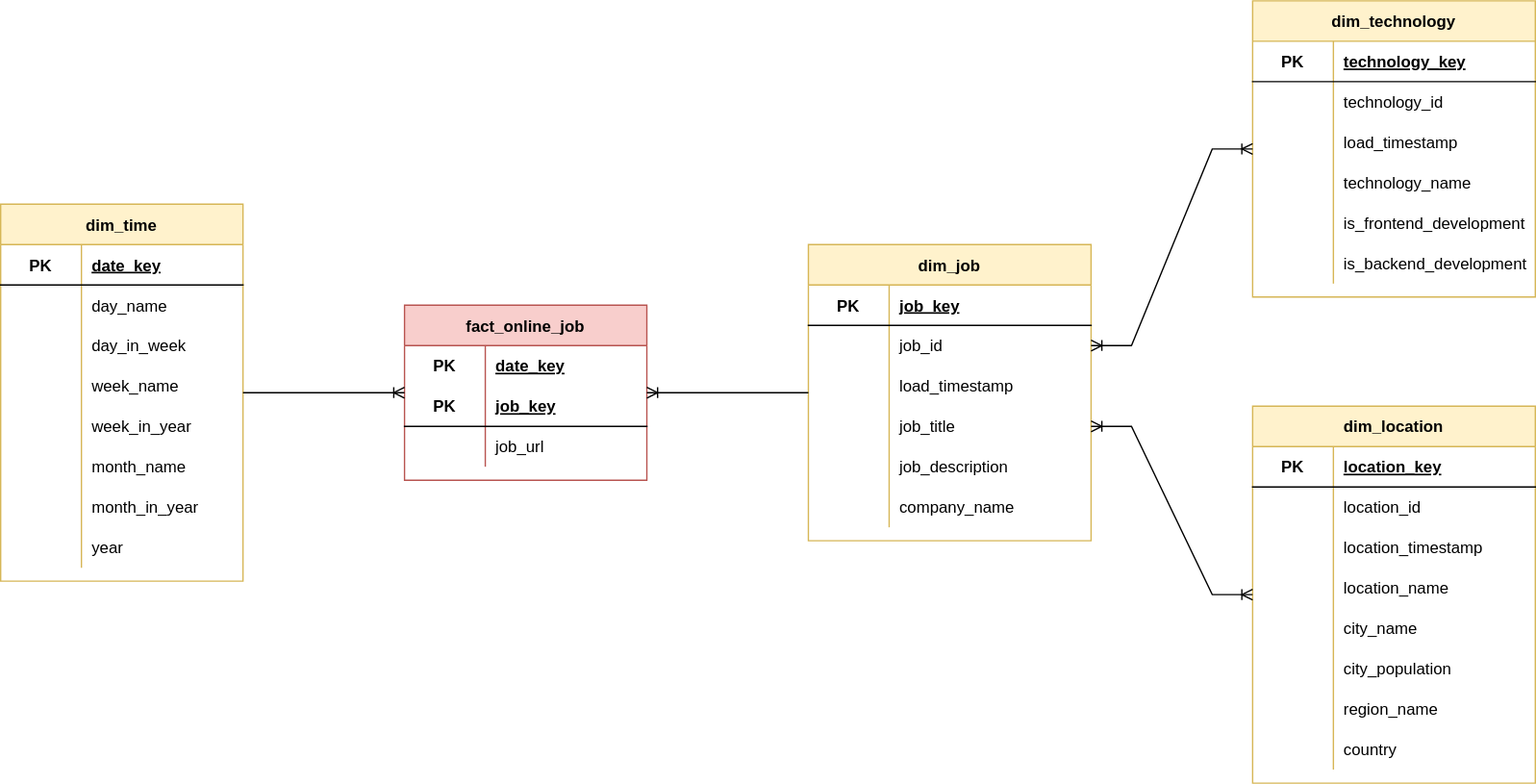
The draw.io diagram doc/mart-model.drawio.svg in petracarrion/job-market-analytics, before a commit. Source tidied: cells renumbered, new cells last; positions are measured from the earlier drawing's top-left corner, leaving out a move shared by most shapes.
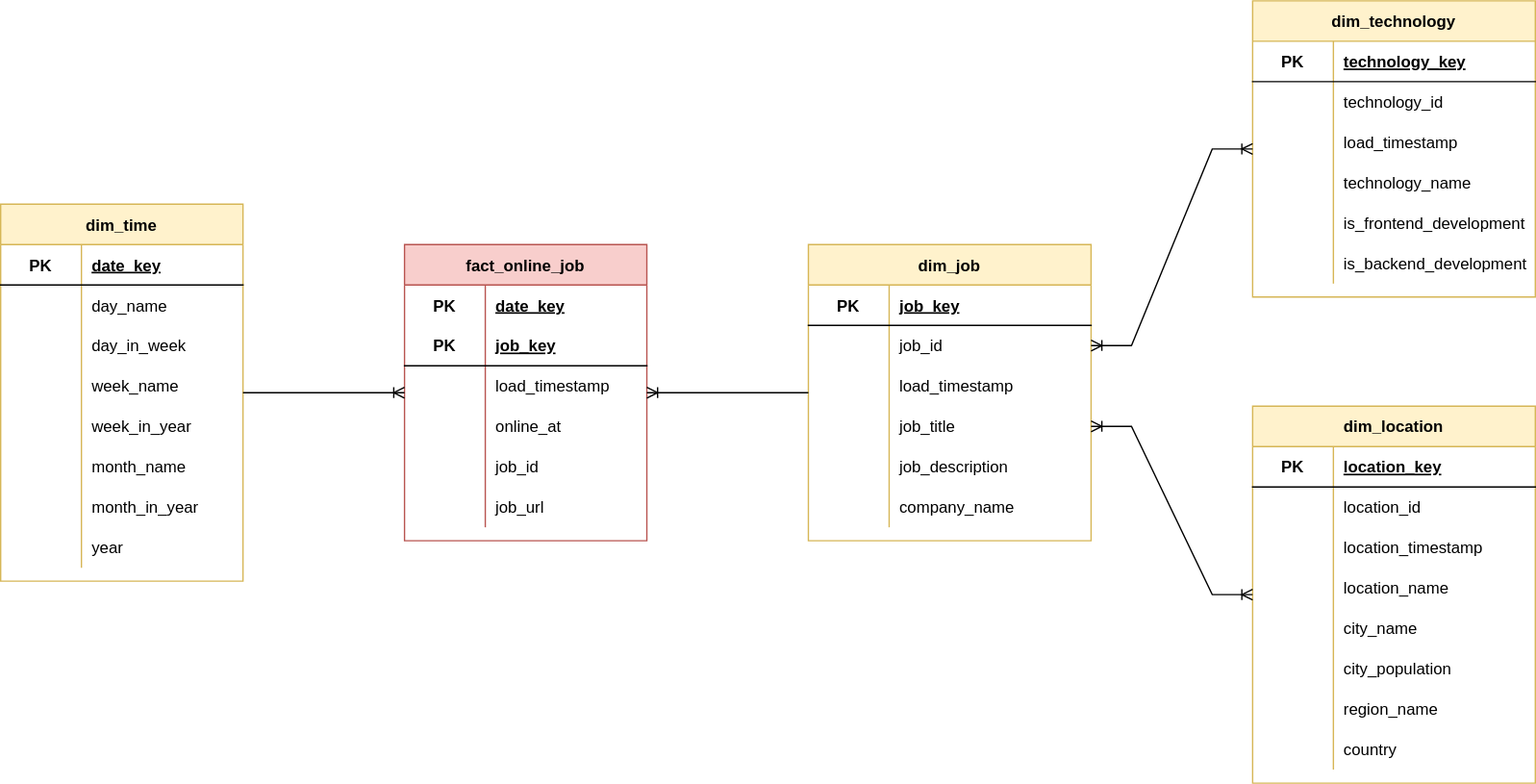
The same file after the commit.

What changed in the source:
```diff
@@ -79,7 +79,7 @@
       <mxGeometry x="60" width="120" height="30" as="geometry" />
     </mxCell>
     <mxCell id="28" value="fact_online_job" style="shape=table;startSize=30;rowLines=0;fontStyle=1;align=center;fillColor=#f8cecc;strokeColor=#b85450;" parent="2" vertex="1">
-      <mxGeometry x="300" y="226" width="180" height="130" as="geometry" />
+      <mxGeometry x="300" y="181" width="180" height="220" as="geometry" />
     </mxCell>
     <mxCell id="29" style="shape=tableRow;horizontal=0;startSize=0;swimlaneHead=0;swimlaneBody=0;fillColor=none;top=0;left=0;right=0;bottom=1;strokeColor=none;" parent="28" vertex="1">
       <mxGeometry y="30" width="180" height="30" as="geometry" />
@@ -105,9 +105,36 @@
     <mxCell id="36" style="shape=partialRectangle;fillColor=none;top=0;left=0;bottom=0;right=0;overflow=hidden;" parent="35" vertex="1">
       <mxGeometry width="60" height="30" as="geometry" />
     </mxCell>
-    <mxCell id="37" value="job_url" style="shape=partialRectangle;fillColor=none;top=0;left=0;bottom=0;right=0;align=left;spacingLeft=6;overflow=hidden;" parent="35" vertex="1">
+    <mxCell id="37" value="load_timestamp" style="shape=partialRectangle;fillColor=none;top=0;left=0;bottom=0;right=0;align=left;spacingLeft=6;overflow=hidden;" parent="35" vertex="1">
       <mxGeometry x="60" width="120" height="30" as="geometry" />
     </mxCell>
+    <mxCell id="105" style="shape=tableRow;horizontal=0;startSize=0;swimlaneHead=0;swimlaneBody=0;fillColor=none;top=0;left=0;right=0;bottom=0;" parent="28" vertex="1">
+      <mxGeometry y="120" width="180" height="30" as="geometry" />
+    </mxCell>
+    <mxCell id="106" style="shape=partialRectangle;fillColor=none;top=0;left=0;bottom=0;right=0;overflow=hidden;" parent="105" vertex="1">
+      <mxGeometry width="60" height="30" as="geometry" />
+    </mxCell>
+    <mxCell id="107" value="online_at" style="shape=partialRectangle;fillColor=none;top=0;left=0;bottom=0;right=0;align=left;spacingLeft=6;overflow=hidden;" parent="105" vertex="1">
+      <mxGeometry x="60" width="120" height="30" as="geometry" />
+    </mxCell>
+    <mxCell id="108" style="shape=tableRow;horizontal=0;startSize=0;swimlaneHead=0;swimlaneBody=0;fillColor=none;top=0;left=0;right=0;bottom=0;" parent="28" vertex="1">
+      <mxGeometry y="150" width="180" height="30" as="geometry" />
+    </mxCell>
+    <mxCell id="109" style="shape=partialRectangle;fillColor=none;top=0;left=0;bottom=0;right=0;overflow=hidden;" parent="108" vertex="1">
+      <mxGeometry width="60" height="30" as="geometry" />
+    </mxCell>
+    <mxCell id="110" value="job_id" style="shape=partialRectangle;fillColor=none;top=0;left=0;bottom=0;right=0;align=left;spacingLeft=6;overflow=hidden;" parent="108" vertex="1">
+      <mxGeometry x="60" width="120" height="30" as="geometry" />
+    </mxCell>
+    <mxCell id="111" style="shape=tableRow;horizontal=0;startSize=0;swimlaneHead=0;swimlaneBody=0;fillColor=none;top=0;left=0;right=0;bottom=0;" parent="28" vertex="1">
+      <mxGeometry y="180" width="180" height="30" as="geometry" />
+    </mxCell>
+    <mxCell id="112" style="shape=partialRectangle;fillColor=none;top=0;left=0;bottom=0;right=0;overflow=hidden;" parent="111" vertex="1">
+      <mxGeometry width="60" height="30" as="geometry" />
+    </mxCell>
+    <mxCell id="113" value="job_url" style="shape=partialRectangle;fillColor=none;top=0;left=0;bottom=0;right=0;align=left;spacingLeft=6;overflow=hidden;" parent="111" vertex="1">
+      <mxGeometry x="60" width="120" height="30" as="geometry" />
+    </mxCell>
     <mxCell id="38" value="dim_job" style="shape=table;startSize=30;rowLines=0;fontStyle=1;align=center;fillColor=#fff2cc;strokeColor=#d6b656;" parent="2" vertex="1">
       <mxGeometry x="600" y="181" width="210" height="220" as="geometry" />
     </mxCell>
```
